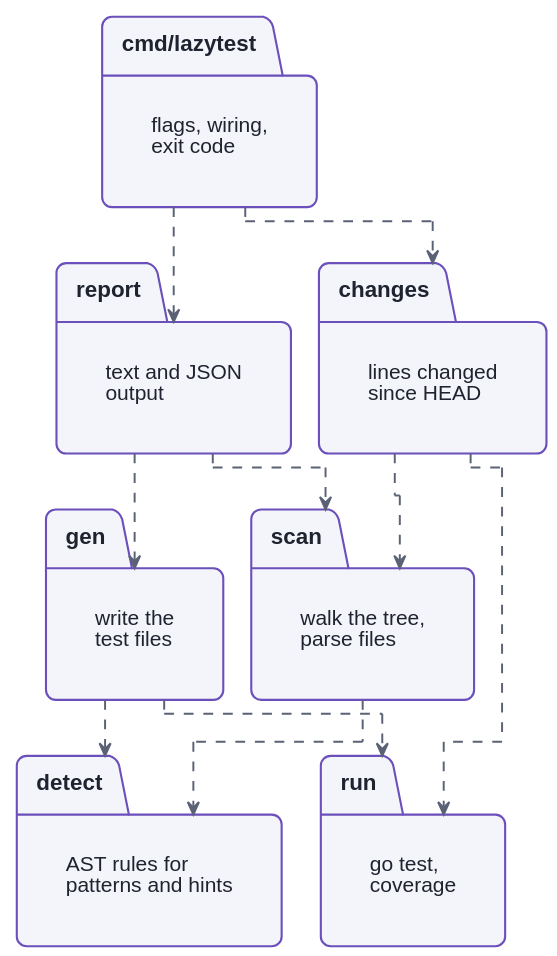
The PlantUML diagram docs/diagrams/packages.svg in Mirac61/yawntest, before a commit. The source it was exported from:
```plantuml
@startuml
!pragma layout elk
!include style.iuml
skinparam linetype ortho

package "cmd/lazytest" as cmd {
  label "flags, wiring,\nexit code" as cmdText
}
package report {
  label "text and JSON\noutput" as reportText
}
package changes {
  label "lines changed\nsince HEAD" as changesText
}
package scan {
  label "walk the tree,\nparse files" as scanText
}
package gen {
  label "write the\ntest files" as genText
}
package detect {
  label "AST rules for\npatterns and hints" as detectText
}
package run {
  label "go test,\ncoverage" as runText
}

cmd ..> report
cmd ..> changes
report ..> gen
report ..> scan
changes ..> scan
changes ..> run
gen ..> detect
gen ..> run
scan ..> detect
@enduml
```
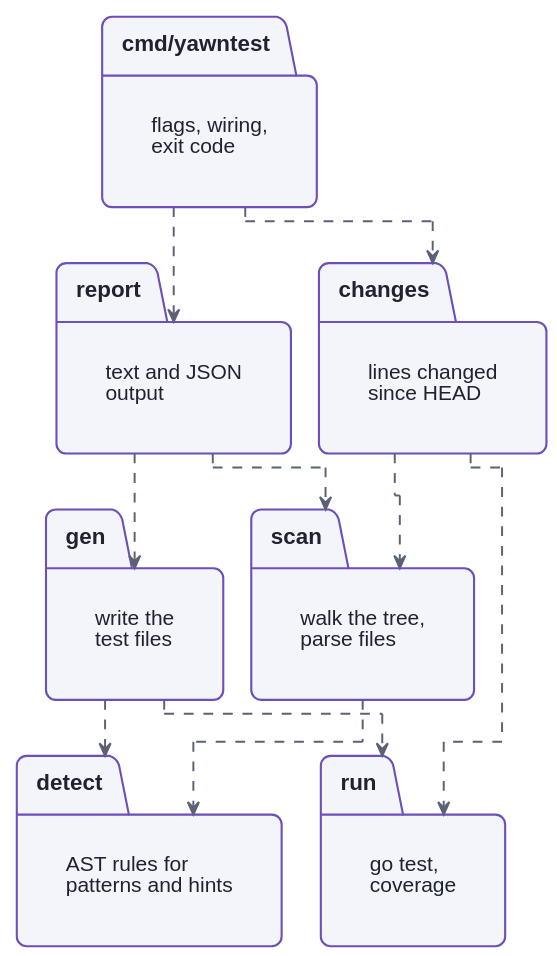
After the change.

What changed in the source:
```diff
@@ -3,7 +3,7 @@
 !include style.iuml
 skinparam linetype ortho
 
-package "cmd/lazytest" as cmd {
+package "cmd/yawntest" as cmd {
   label "flags, wiring,\nexit code" as cmdText
 }
 package report {
```
